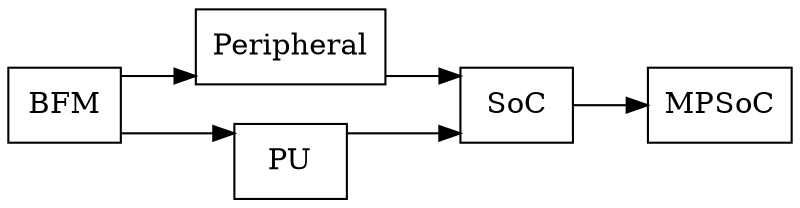
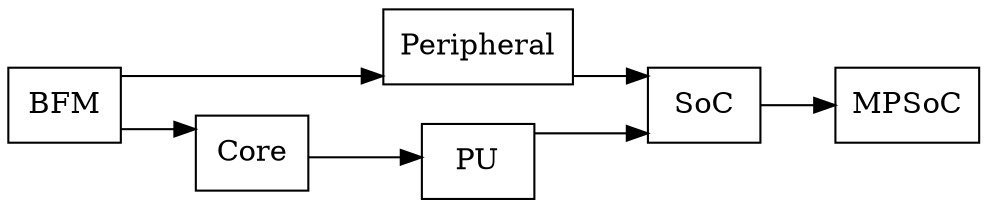
digraph Project {
  // Introduction
  graph [rankdir = LR, splines=ortho];
  node[shape=record];

  // Blocks
  BFM[label="BFM"];
  Peripheral[label="Peripheral"];
+   Core[label="Core"];
  PU[label="PU"];
  SoC[label="SoC"];
  MPSoC[label="MPSoC"];

  // Sequence
  BFM -> Peripheral;
-   BFM -> PU;
+   BFM -> Core;
+   Core -> PU;
  Peripheral -> SoC;
  PU -> SoC;
  SoC -> MPSoC;
}
